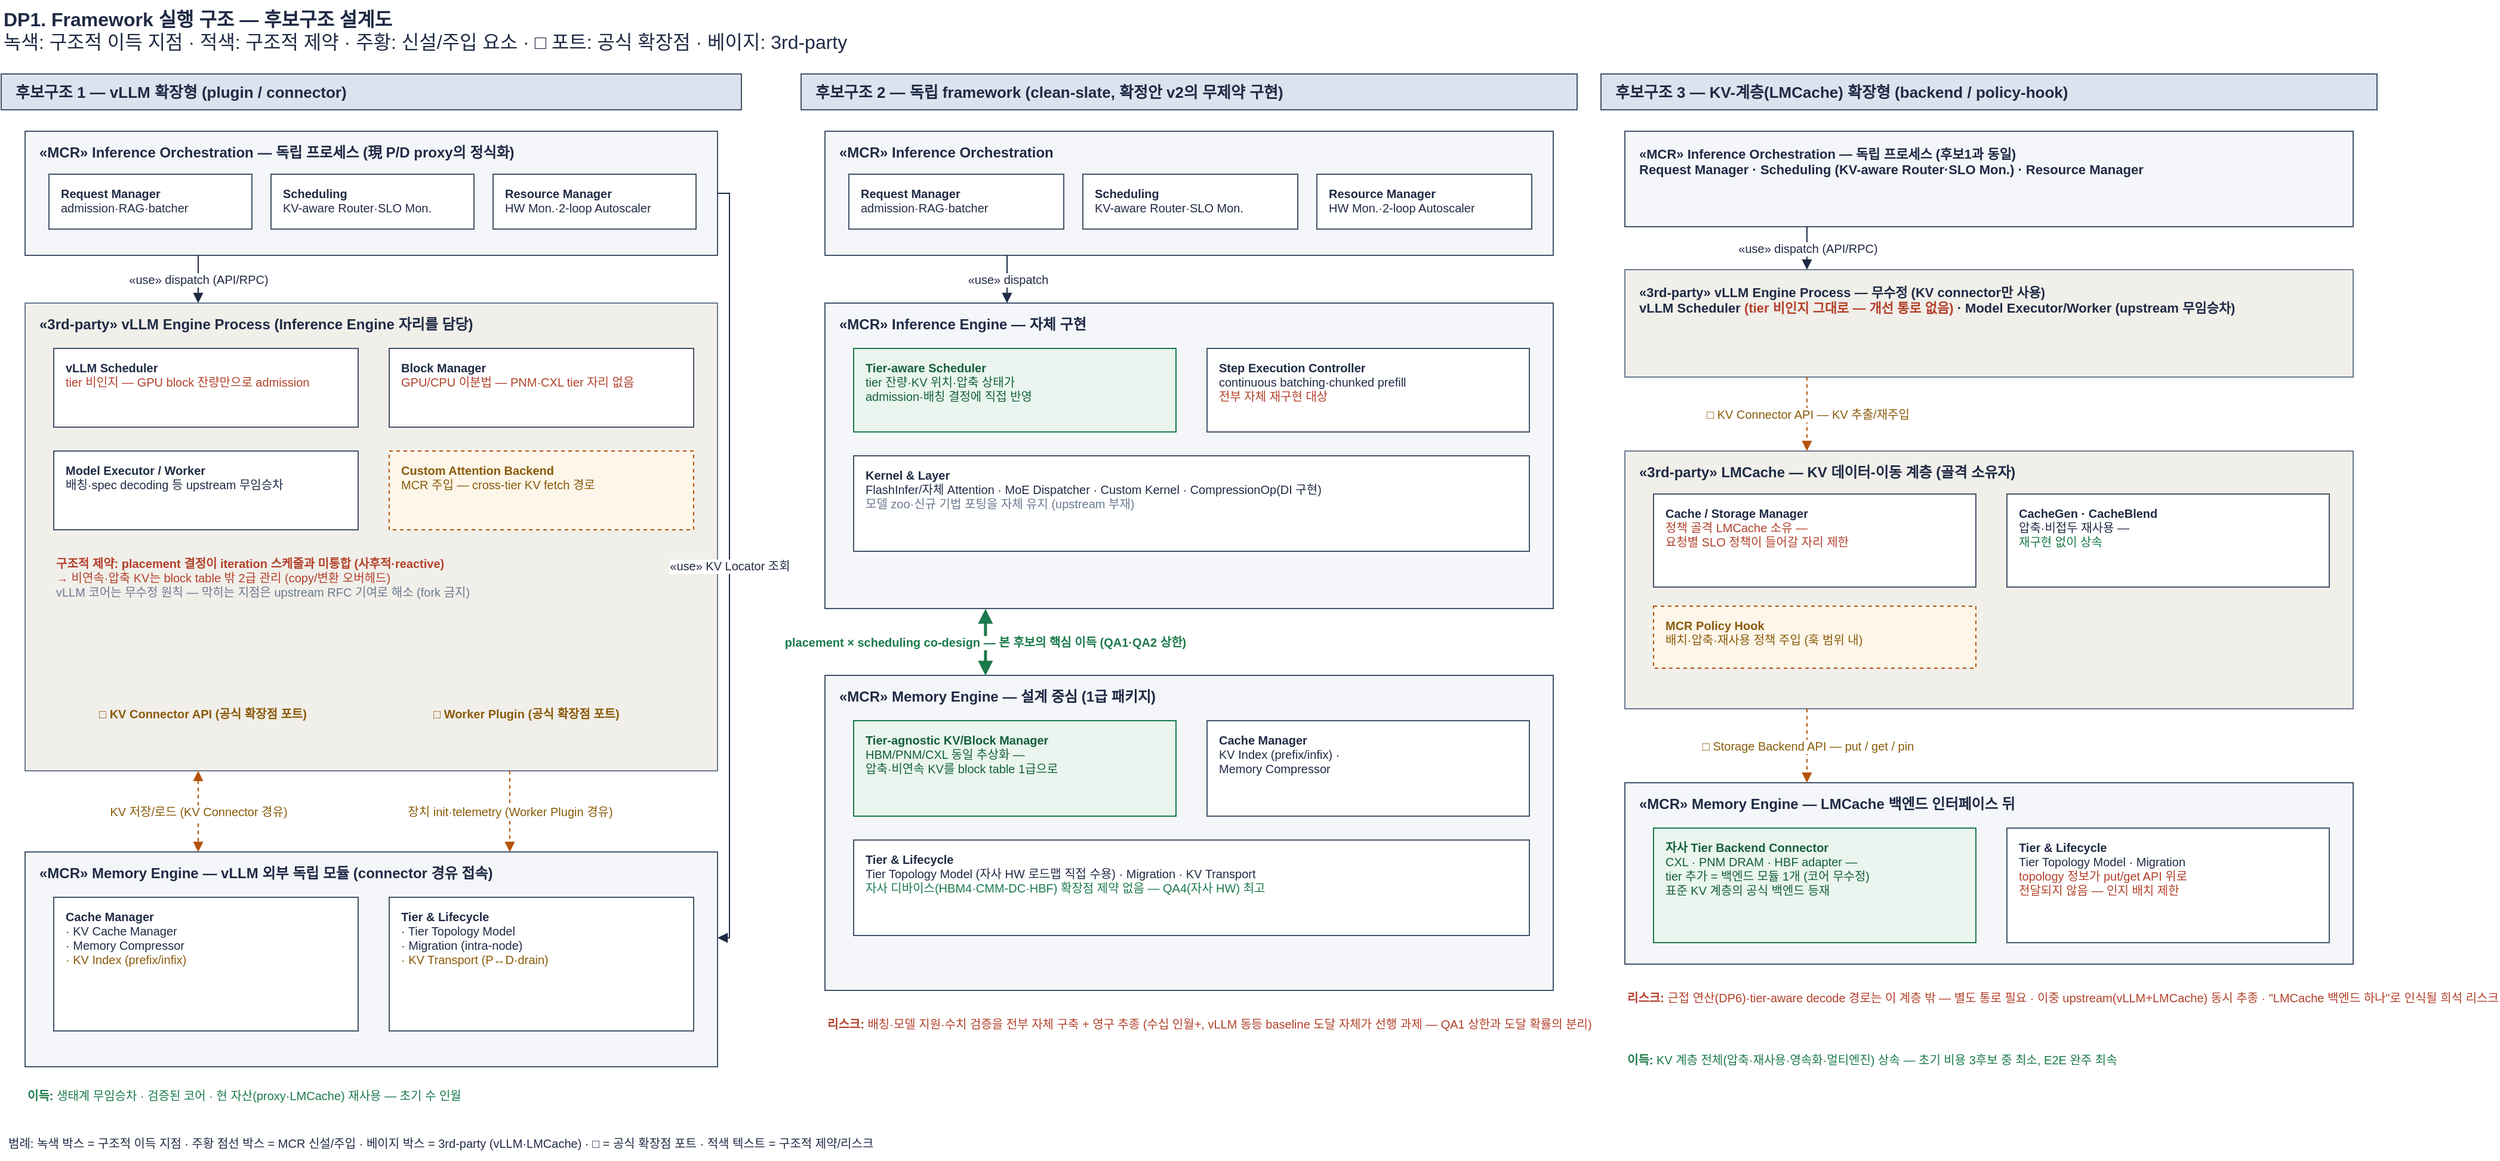
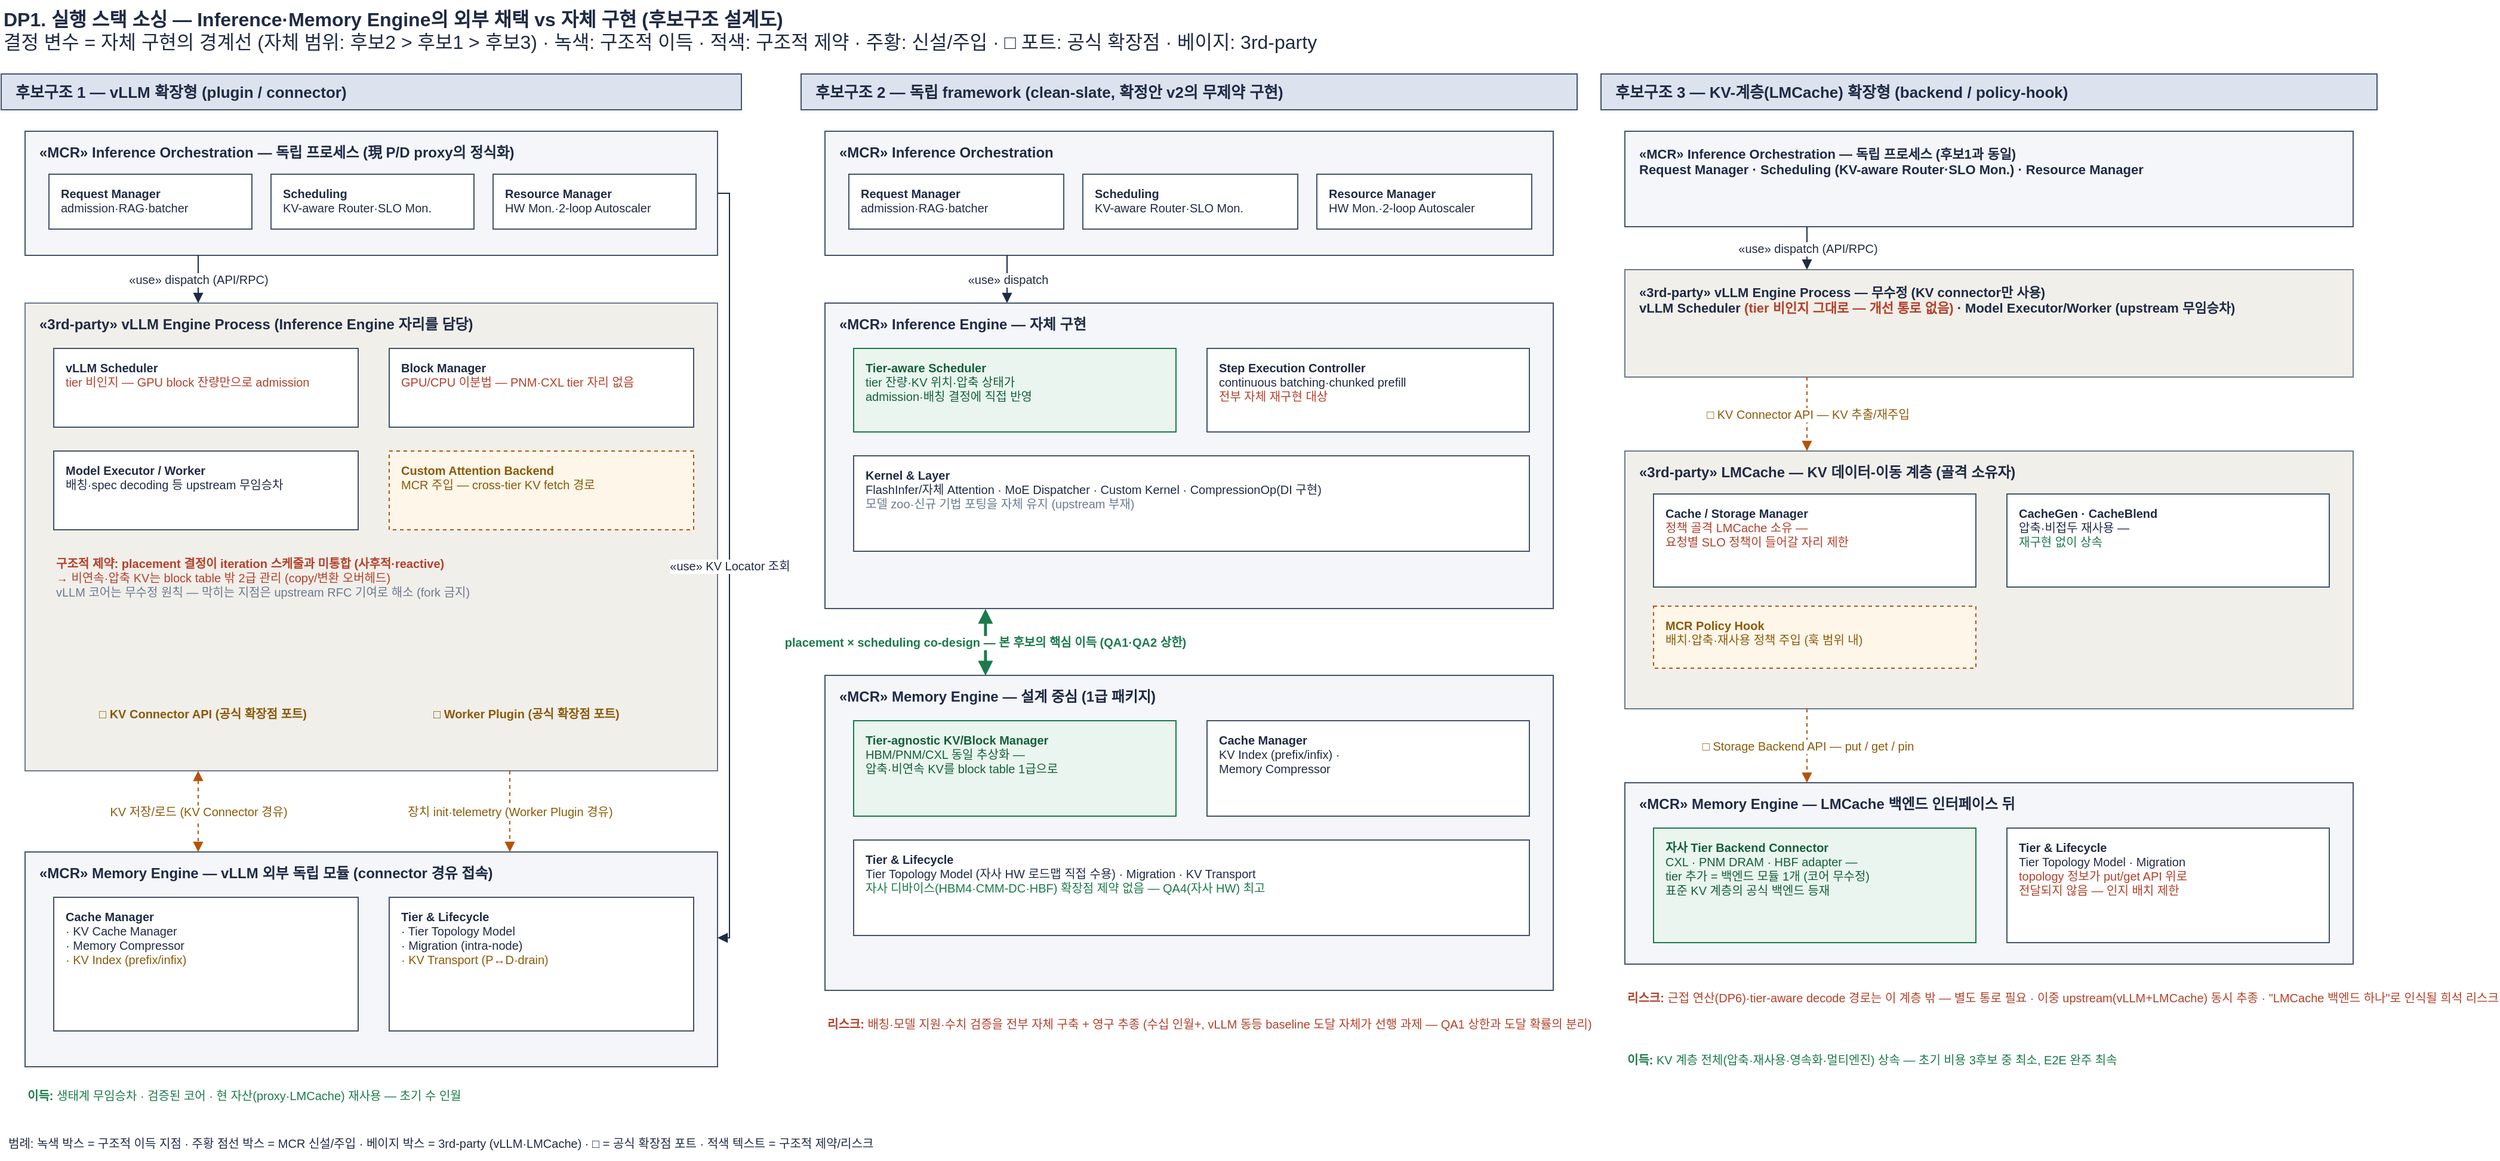
<mxfile host="app.diagrams.net">
  <diagram id="dp1-candidates" name="DP1 후보구조 설계도">
    <mxGraphModel dx="1200" dy="700" grid="1" gridSize="10" guides="1" tooltips="1" connect="1" arrows="1" fold="1" page="1" pageScale="1" pageWidth="2080" pageHeight="1010" math="0" shadow="0">
      <root>
        <mxCell id="0"/>
        <mxCell id="1" parent="0"/>
-         <mxCell id="title" value="&lt;b&gt;DP1. Framework 실행 구조 — 후보구조 설계도&lt;/b&gt;&lt;br&gt;녹색: 구조적 이득 지점 · 적색: 구조적 제약 · 주황: 신설/주입 요소 · □ 포트: 공식 확장점 · 베이지: 3rd-party" style="text;html=1;strokeColor=none;fillColor=none;align=left;verticalAlign=top;fontColor=#1F2A44;fontSize=16;" vertex="1" parent="1">
+         <mxCell id="title" value="&lt;b&gt;DP1. 실행 스택 소싱 — Inference·Memory Engine의 외부 채택 vs 자체 구현 (후보구조 설계도)&lt;/b&gt;&lt;br&gt;결정 변수 = 자체 구현의 경계선 (자체 범위: 후보2 &amp;gt; 후보1 &amp;gt; 후보3) · 녹색: 구조적 이득 · 적색: 구조적 제약 · 주황: 신설/주입 · □ 포트: 공식 확장점 · 베이지: 3rd-party" style="text;html=1;strokeColor=none;fillColor=none;align=left;verticalAlign=top;fontColor=#1F2A44;fontSize=16;" vertex="1" parent="1">
          <mxGeometry x="40" y="14" width="1000" height="50" as="geometry"/>
        </mxCell>

        <mxCell id="h1" value="후보구조 1 — vLLM 확장형 (plugin / connector)" style="rounded=0;whiteSpace=wrap;html=1;fillColor=#DCE3EE;strokeColor=#44546A;fontColor=#1F2A44;fontSize=13;fontStyle=1;align=left;spacingLeft=10;" vertex="1" parent="1">
          <mxGeometry x="40" y="76" width="620" height="30" as="geometry"/>
        </mxCell>
        <mxCell id="c1orch" value="«MCR» Inference Orchestration — 독립 프로세스 (現 P/D proxy의 정식화)" style="rounded=0;whiteSpace=wrap;html=1;fillColor=#F4F6FA;strokeColor=#44546A;fontColor=#1F2A44;fontSize=12;fontStyle=1;verticalAlign=top;align=left;spacingLeft=10;spacingTop=4;" vertex="1" parent="1">
          <mxGeometry x="60" y="124" width="580" height="104" as="geometry"/>
        </mxCell>
        <mxCell id="c1rm" value="&lt;b&gt;Request Manager&lt;/b&gt;&lt;br&gt;admission·RAG·batcher" style="rounded=0;whiteSpace=wrap;html=1;fillColor=#FFFFFF;strokeColor=#44546A;fontColor=#1F2A44;fontSize=10;align=left;verticalAlign=top;spacingLeft=8;spacingTop=4;" vertex="1" parent="1">
          <mxGeometry x="80" y="160" width="170" height="46" as="geometry"/>
        </mxCell>
        <mxCell id="c1sch" value="&lt;b&gt;Scheduling&lt;/b&gt;&lt;br&gt;KV-aware Router·SLO Mon." style="rounded=0;whiteSpace=wrap;html=1;fillColor=#FFFFFF;strokeColor=#44546A;fontColor=#1F2A44;fontSize=10;align=left;verticalAlign=top;spacingLeft=8;spacingTop=4;" vertex="1" parent="1">
          <mxGeometry x="266" y="160" width="170" height="46" as="geometry"/>
        </mxCell>
        <mxCell id="c1res" value="&lt;b&gt;Resource Manager&lt;/b&gt;&lt;br&gt;HW Mon.·2-loop Autoscaler" style="rounded=0;whiteSpace=wrap;html=1;fillColor=#FFFFFF;strokeColor=#44546A;fontColor=#1F2A44;fontSize=10;align=left;verticalAlign=top;spacingLeft=8;spacingTop=4;" vertex="1" parent="1">
          <mxGeometry x="452" y="160" width="170" height="46" as="geometry"/>
        </mxCell>
        <mxCell id="c1vllm" value="«3rd-party» vLLM Engine Process  (Inference Engine 자리를 담당)" style="rounded=0;whiteSpace=wrap;html=1;fillColor=#F1EFEA;strokeColor=#6B7A90;fontColor=#1F2A44;fontSize=12;fontStyle=1;verticalAlign=top;align=left;spacingLeft=10;spacingTop=4;" vertex="1" parent="1">
          <mxGeometry x="60" y="268" width="580" height="392" as="geometry"/>
        </mxCell>
        <mxCell id="c1edgeDisp" value="«use» dispatch (API/RPC)" style="edgeStyle=orthogonalEdgeStyle;rounded=0;html=1;endArrow=block;strokeColor=#1F2A44;fontSize=10;fontColor=#1F2A44;exitX=0.25;exitY=1;exitDx=0;exitDy=0;entryX=0.25;entryY=0;entryDx=0;entryDy=0;" edge="1" parent="1" source="c1orch" target="c1vllm">
          <mxGeometry relative="1" as="geometry"/>
        </mxCell>
        <mxCell id="c1sched" value="&lt;b&gt;vLLM Scheduler&lt;/b&gt;&lt;br&gt;&lt;font color=&quot;#B3402A&quot;&gt;tier 비인지 — GPU block 잔량만으로 admission&lt;/font&gt;" style="rounded=0;whiteSpace=wrap;html=1;fillColor=#FFFFFF;strokeColor=#44546A;fontColor=#1F2A44;fontSize=10;align=left;verticalAlign=top;spacingLeft=8;spacingTop=4;" vertex="1" parent="1">
          <mxGeometry x="84" y="306" width="255" height="66" as="geometry"/>
        </mxCell>
        <mxCell id="c1bm" value="&lt;b&gt;Block Manager&lt;/b&gt;&lt;br&gt;&lt;font color=&quot;#B3402A&quot;&gt;GPU/CPU 이분법 — PNM·CXL tier 자리 없음&lt;/font&gt;" style="rounded=0;whiteSpace=wrap;html=1;fillColor=#FFFFFF;strokeColor=#44546A;fontColor=#1F2A44;fontSize=10;align=left;verticalAlign=top;spacingLeft=8;spacingTop=4;" vertex="1" parent="1">
          <mxGeometry x="365" y="306" width="255" height="66" as="geometry"/>
        </mxCell>
        <mxCell id="c1exec" value="&lt;b&gt;Model Executor / Worker&lt;/b&gt;&lt;br&gt;배칭·spec decoding 등 upstream 무임승차" style="rounded=0;whiteSpace=wrap;html=1;fillColor=#FFFFFF;strokeColor=#44546A;fontColor=#1F2A44;fontSize=10;align=left;verticalAlign=top;spacingLeft=8;spacingTop=4;" vertex="1" parent="1">
          <mxGeometry x="84" y="392" width="255" height="66" as="geometry"/>
        </mxCell>
        <mxCell id="c1cab" value="&lt;b&gt;Custom Attention Backend&lt;/b&gt;&lt;br&gt;MCR 주입 — cross-tier KV fetch 경로" style="rounded=0;whiteSpace=wrap;html=1;fillColor=#FDF6E9;strokeColor=#B45309;dashed=1;fontColor=#8A5A08;fontSize=10;align=left;verticalAlign=top;spacingLeft=8;spacingTop=4;" vertex="1" parent="1">
          <mxGeometry x="365" y="392" width="255" height="66" as="geometry"/>
        </mxCell>
        <mxCell id="c1constraint" value="&lt;font color=&quot;#B3402A&quot;&gt;&lt;b&gt;구조적 제약: placement 결정이 iteration 스케줄과 미통합 (사후적·reactive)&lt;/b&gt;&lt;br&gt;→ 비연속·압축 KV는 block table 밖 2급 관리 (copy/변환 오버헤드)&lt;/font&gt;&lt;br&gt;&lt;font color=&quot;#6B7A90&quot;&gt;vLLM 코어는 무수정 원칙 — 막히는 지점은 upstream RFC 기여로 해소 (fork 금지)&lt;/font&gt;" style="text;html=1;strokeColor=none;fillColor=none;align=left;verticalAlign=top;fontSize=10;" vertex="1" parent="1">
          <mxGeometry x="84" y="474" width="536" height="90" as="geometry"/>
        </mxCell>
        <mxCell id="c1port1" value="□ KV Connector API (공식 확장점 포트)" style="text;html=1;strokeColor=none;fillColor=none;align=left;verticalAlign=top;fontColor=#8A5A08;fontSize=10;fontStyle=1;" vertex="1" parent="1">
          <mxGeometry x="120" y="600" width="220" height="20" as="geometry"/>
        </mxCell>
        <mxCell id="c1port2" value="□ Worker Plugin (공식 확장점 포트)" style="text;html=1;strokeColor=none;fillColor=none;align=left;verticalAlign=top;fontColor=#8A5A08;fontSize=10;fontStyle=1;" vertex="1" parent="1">
          <mxGeometry x="400" y="600" width="220" height="20" as="geometry"/>
        </mxCell>
        <mxCell id="c1me" value="«MCR» Memory Engine — vLLM 외부 독립 모듈 (connector 경유 접속)" style="rounded=0;whiteSpace=wrap;html=1;fillColor=#F4F6FA;strokeColor=#44546A;fontColor=#1F2A44;fontSize=12;fontStyle=1;verticalAlign=top;align=left;spacingLeft=10;spacingTop=4;" vertex="1" parent="1">
          <mxGeometry x="60" y="728" width="580" height="180" as="geometry"/>
        </mxCell>
        <mxCell id="c1edgeKv" value="KV 저장/로드 (KV Connector 경유)" style="edgeStyle=orthogonalEdgeStyle;rounded=0;html=1;endArrow=block;startArrow=block;strokeColor=#B45309;dashed=1;fontSize=10;fontColor=#8A5A08;exitX=0.25;exitY=1;exitDx=0;exitDy=0;entryX=0.25;entryY=0;entryDx=0;entryDy=0;" edge="1" parent="1" source="c1vllm" target="c1me">
          <mxGeometry relative="1" as="geometry"/>
        </mxCell>
        <mxCell id="c1edgePl" value="장치 init·telemetry (Worker Plugin 경유)" style="edgeStyle=orthogonalEdgeStyle;rounded=0;html=1;endArrow=block;strokeColor=#B45309;dashed=1;fontSize=10;fontColor=#8A5A08;exitX=0.7;exitY=1;exitDx=0;exitDy=0;entryX=0.7;entryY=0;entryDx=0;entryDy=0;" edge="1" parent="1" source="c1vllm" target="c1me">
          <mxGeometry relative="1" as="geometry"/>
        </mxCell>
        <mxCell id="c1edgeLoc" value="«use» KV Locator 조회" style="edgeStyle=orthogonalEdgeStyle;rounded=0;html=1;endArrow=block;strokeColor=#1F2A44;fontSize=10;fontColor=#1F2A44;exitX=1;exitY=0.5;exitDx=0;exitDy=0;entryX=1;entryY=0.4;entryDx=0;entryDy=0;" edge="1" parent="1" source="c1orch" target="c1me">
          <mxGeometry relative="1" as="geometry"/>
        </mxCell>
        <mxCell id="c1cm" value="&lt;b&gt;Cache Manager&lt;/b&gt;&lt;br&gt;· KV Cache Manager&lt;br&gt;· Memory Compressor&lt;br&gt;&lt;font color=&quot;#8A5A08&quot;&gt;· KV Index (prefix/infix)&lt;/font&gt;" style="rounded=0;whiteSpace=wrap;html=1;fillColor=#FFFFFF;strokeColor=#44546A;fontColor=#1F2A44;fontSize=10;align=left;verticalAlign=top;spacingLeft=8;spacingTop=4;" vertex="1" parent="1">
          <mxGeometry x="84" y="766" width="255" height="112" as="geometry"/>
        </mxCell>
        <mxCell id="c1tl" value="&lt;b&gt;Tier &amp;amp; Lifecycle&lt;/b&gt;&lt;br&gt;· Tier Topology Model&lt;br&gt;· Migration (intra-node)&lt;br&gt;&lt;font color=&quot;#8A5A08&quot;&gt;· KV Transport (P↔D·drain)&lt;/font&gt;" style="rounded=0;whiteSpace=wrap;html=1;fillColor=#FFFFFF;strokeColor=#44546A;fontColor=#1F2A44;fontSize=10;align=left;verticalAlign=top;spacingLeft=8;spacingTop=4;" vertex="1" parent="1">
          <mxGeometry x="365" y="766" width="255" height="112" as="geometry"/>
        </mxCell>
        <mxCell id="c1gain" value="&lt;b&gt;이득:&lt;/b&gt; 생태계 무임승차 · 검증된 코어 · 현 자산(proxy·LMCache) 재사용 — 초기 수 인월" style="text;html=1;strokeColor=none;fillColor=none;align=left;verticalAlign=top;fontColor=#1B7A4B;fontSize=10;" vertex="1" parent="1">
          <mxGeometry x="60" y="920" width="580" height="26" as="geometry"/>
        </mxCell>

        <mxCell id="h2" value="후보구조 2 — 독립 framework (clean-slate, 확정안 v2의 무제약 구현)" style="rounded=0;whiteSpace=wrap;html=1;fillColor=#DCE3EE;strokeColor=#44546A;fontColor=#1F2A44;fontSize=13;fontStyle=1;align=left;spacingLeft=10;" vertex="1" parent="1">
          <mxGeometry x="710" y="76" width="650" height="30" as="geometry"/>
        </mxCell>
        <mxCell id="c2orch" value="«MCR» Inference Orchestration" style="rounded=0;whiteSpace=wrap;html=1;fillColor=#F4F6FA;strokeColor=#44546A;fontColor=#1F2A44;fontSize=12;fontStyle=1;verticalAlign=top;align=left;spacingLeft=10;spacingTop=4;" vertex="1" parent="1">
          <mxGeometry x="730" y="124" width="610" height="104" as="geometry"/>
        </mxCell>
        <mxCell id="c2rm" value="&lt;b&gt;Request Manager&lt;/b&gt;&lt;br&gt;admission·RAG·batcher" style="rounded=0;whiteSpace=wrap;html=1;fillColor=#FFFFFF;strokeColor=#44546A;fontColor=#1F2A44;fontSize=10;align=left;verticalAlign=top;spacingLeft=8;spacingTop=4;" vertex="1" parent="1">
          <mxGeometry x="750" y="160" width="180" height="46" as="geometry"/>
        </mxCell>
        <mxCell id="c2sch" value="&lt;b&gt;Scheduling&lt;/b&gt;&lt;br&gt;KV-aware Router·SLO Mon." style="rounded=0;whiteSpace=wrap;html=1;fillColor=#FFFFFF;strokeColor=#44546A;fontColor=#1F2A44;fontSize=10;align=left;verticalAlign=top;spacingLeft=8;spacingTop=4;" vertex="1" parent="1">
          <mxGeometry x="946" y="160" width="180" height="46" as="geometry"/>
        </mxCell>
        <mxCell id="c2res" value="&lt;b&gt;Resource Manager&lt;/b&gt;&lt;br&gt;HW Mon.·2-loop Autoscaler" style="rounded=0;whiteSpace=wrap;html=1;fillColor=#FFFFFF;strokeColor=#44546A;fontColor=#1F2A44;fontSize=10;align=left;verticalAlign=top;spacingLeft=8;spacingTop=4;" vertex="1" parent="1">
          <mxGeometry x="1142" y="160" width="180" height="46" as="geometry"/>
        </mxCell>
        <mxCell id="c2ie" value="«MCR» Inference Engine — 자체 구현" style="rounded=0;whiteSpace=wrap;html=1;fillColor=#F4F6FA;strokeColor=#44546A;fontColor=#1F2A44;fontSize=12;fontStyle=1;verticalAlign=top;align=left;spacingLeft=10;spacingTop=4;" vertex="1" parent="1">
          <mxGeometry x="730" y="268" width="610" height="256" as="geometry"/>
        </mxCell>
        <mxCell id="c2edgeDisp" value="«use» dispatch" style="edgeStyle=orthogonalEdgeStyle;rounded=0;html=1;endArrow=block;strokeColor=#1F2A44;fontSize=10;fontColor=#1F2A44;exitX=0.25;exitY=1;exitDx=0;exitDy=0;entryX=0.25;entryY=0;entryDx=0;entryDy=0;" edge="1" parent="1" source="c2orch" target="c2ie">
          <mxGeometry relative="1" as="geometry"/>
        </mxCell>
        <mxCell id="c2tas" value="&lt;b&gt;Tier-aware Scheduler&lt;/b&gt;&lt;br&gt;tier 잔량·KV 위치·압축 상태가&lt;br&gt;admission·배칭 결정에 직접 반영" style="rounded=0;whiteSpace=wrap;html=1;fillColor=#E9F5EE;strokeColor=#1B7A4B;fontColor=#155F3B;fontSize=10;align=left;verticalAlign=top;spacingLeft=8;spacingTop=4;" vertex="1" parent="1">
          <mxGeometry x="754" y="306" width="270" height="70" as="geometry"/>
        </mxCell>
        <mxCell id="c2sec" value="&lt;b&gt;Step Execution Controller&lt;/b&gt;&lt;br&gt;continuous batching·chunked prefill&lt;br&gt;&lt;font color=&quot;#B3402A&quot;&gt;전부 자체 재구현 대상&lt;/font&gt;" style="rounded=0;whiteSpace=wrap;html=1;fillColor=#FFFFFF;strokeColor=#44546A;fontColor=#1F2A44;fontSize=10;align=left;verticalAlign=top;spacingLeft=8;spacingTop=4;" vertex="1" parent="1">
          <mxGeometry x="1050" y="306" width="270" height="70" as="geometry"/>
        </mxCell>
        <mxCell id="c2kl" value="&lt;b&gt;Kernel &amp;amp; Layer&lt;/b&gt;&lt;br&gt;FlashInfer/자체 Attention · MoE Dispatcher · Custom Kernel · CompressionOp(DI 구현)&lt;br&gt;&lt;font color=&quot;#6B7A90&quot;&gt;모델 zoo·신규 기법 포팅을 자체 유지 (upstream 부재)&lt;/font&gt;" style="rounded=0;whiteSpace=wrap;html=1;fillColor=#FFFFFF;strokeColor=#44546A;fontColor=#1F2A44;fontSize=10;align=left;verticalAlign=top;spacingLeft=8;spacingTop=4;" vertex="1" parent="1">
          <mxGeometry x="754" y="396" width="566" height="80" as="geometry"/>
        </mxCell>
        <mxCell id="c2me" value="«MCR» Memory Engine — 설계 중심 (1급 패키지)" style="rounded=0;whiteSpace=wrap;html=1;fillColor=#F4F6FA;strokeColor=#44546A;fontColor=#1F2A44;fontSize=12;fontStyle=1;verticalAlign=top;align=left;spacingLeft=10;spacingTop=4;" vertex="1" parent="1">
          <mxGeometry x="730" y="580" width="610" height="264" as="geometry"/>
        </mxCell>
        <mxCell id="c2edgeCo" value="placement × scheduling co-design — 본 후보의 핵심 이득 (QA1·QA2 상한)" style="edgeStyle=orthogonalEdgeStyle;rounded=0;html=1;endArrow=block;startArrow=block;strokeColor=#1B7A4B;strokeWidth=2.5;fontSize=10;fontColor=#1B7A4B;fontStyle=1;exitX=0.22;exitY=1;exitDx=0;exitDy=0;entryX=0.22;entryY=0;entryDx=0;entryDy=0;" edge="1" parent="1" source="c2ie" target="c2me">
          <mxGeometry relative="1" as="geometry"/>
        </mxCell>
        <mxCell id="c2kbm" value="&lt;b&gt;Tier-agnostic KV/Block Manager&lt;/b&gt;&lt;br&gt;HBM/PNM/CXL 동일 추상화 —&lt;br&gt;압축·비연속 KV를 block table 1급으로" style="rounded=0;whiteSpace=wrap;html=1;fillColor=#E9F5EE;strokeColor=#1B7A4B;fontColor=#155F3B;fontSize=10;align=left;verticalAlign=top;spacingLeft=8;spacingTop=4;" vertex="1" parent="1">
          <mxGeometry x="754" y="618" width="270" height="80" as="geometry"/>
        </mxCell>
        <mxCell id="c2cm" value="&lt;b&gt;Cache Manager&lt;/b&gt;&lt;br&gt;KV Index (prefix/infix) ·&lt;br&gt;Memory Compressor" style="rounded=0;whiteSpace=wrap;html=1;fillColor=#FFFFFF;strokeColor=#44546A;fontColor=#1F2A44;fontSize=10;align=left;verticalAlign=top;spacingLeft=8;spacingTop=4;" vertex="1" parent="1">
          <mxGeometry x="1050" y="618" width="270" height="80" as="geometry"/>
        </mxCell>
        <mxCell id="c2tl" value="&lt;b&gt;Tier &amp;amp; Lifecycle&lt;/b&gt;&lt;br&gt;Tier Topology Model (자사 HW 로드맵 직접 수용) · Migration · KV Transport&lt;br&gt;&lt;font color=&quot;#1B7A4B&quot;&gt;자사 디바이스(HBM4·CMM-DC·HBF) 확장점 제약 없음 — QA4(자사 HW) 최고&lt;/font&gt;" style="rounded=0;whiteSpace=wrap;html=1;fillColor=#FFFFFF;strokeColor=#44546A;fontColor=#1F2A44;fontSize=10;align=left;verticalAlign=top;spacingLeft=8;spacingTop=4;" vertex="1" parent="1">
          <mxGeometry x="754" y="718" width="566" height="80" as="geometry"/>
        </mxCell>
        <mxCell id="c2risk" value="&lt;b&gt;리스크:&lt;/b&gt; 배칭·모델 지원·수치 검증을 전부 자체 구축 + 영구 추종 (수십 인월+, vLLM 동등 baseline 도달 자체가 선행 과제 — QA1 상한과 도달 확률의 분리)" style="text;html=1;strokeColor=none;fillColor=none;align=left;verticalAlign=top;fontColor=#B3402A;fontSize=10;" vertex="1" parent="1">
          <mxGeometry x="730" y="860" width="610" height="46" as="geometry"/>
        </mxCell>

        <mxCell id="h3" value="후보구조 3 — KV-계층(LMCache) 확장형 (backend / policy-hook)" style="rounded=0;whiteSpace=wrap;html=1;fillColor=#DCE3EE;strokeColor=#44546A;fontColor=#1F2A44;fontSize=13;fontStyle=1;align=left;spacingLeft=10;" vertex="1" parent="1">
          <mxGeometry x="1380" y="76" width="650" height="30" as="geometry"/>
        </mxCell>
        <mxCell id="c3orch" value="«MCR» Inference Orchestration — 독립 프로세스 (후보1과 동일)&lt;br&gt;Request Manager · Scheduling (KV-aware Router·SLO Mon.) · Resource Manager" style="rounded=0;whiteSpace=wrap;html=1;fillColor=#F4F6FA;strokeColor=#44546A;fontColor=#1F2A44;fontSize=11;fontStyle=1;verticalAlign=top;align=left;spacingLeft=10;spacingTop=6;" vertex="1" parent="1">
          <mxGeometry x="1400" y="124" width="610" height="80" as="geometry"/>
        </mxCell>
        <mxCell id="c3vllm" value="«3rd-party» vLLM Engine Process — 무수정 (KV connector만 사용)&lt;br&gt;vLLM Scheduler &lt;font color=&quot;#B3402A&quot;&gt;(tier 비인지 그대로 — 개선 통로 없음)&lt;/font&gt; · Model Executor/Worker (upstream 무임승차)" style="rounded=0;whiteSpace=wrap;html=1;fillColor=#F1EFEA;strokeColor=#6B7A90;fontColor=#1F2A44;fontSize=11;fontStyle=1;verticalAlign=top;align=left;spacingLeft=10;spacingTop=6;" vertex="1" parent="1">
          <mxGeometry x="1400" y="240" width="610" height="90" as="geometry"/>
        </mxCell>
        <mxCell id="c3edgeDisp" value="«use» dispatch (API/RPC)" style="edgeStyle=orthogonalEdgeStyle;rounded=0;html=1;endArrow=block;strokeColor=#1F2A44;fontSize=10;fontColor=#1F2A44;exitX=0.25;exitY=1;exitDx=0;exitDy=0;entryX=0.25;entryY=0;entryDx=0;entryDy=0;" edge="1" parent="1" source="c3orch" target="c3vllm">
          <mxGeometry relative="1" as="geometry"/>
        </mxCell>
        <mxCell id="c3lmc" value="«3rd-party» LMCache — KV 데이터-이동 계층 (골격 소유자)" style="rounded=0;whiteSpace=wrap;html=1;fillColor=#F1EFEA;strokeColor=#6B7A90;fontColor=#1F2A44;fontSize=12;fontStyle=1;verticalAlign=top;align=left;spacingLeft=10;spacingTop=4;" vertex="1" parent="1">
          <mxGeometry x="1400" y="392" width="610" height="216" as="geometry"/>
        </mxCell>
        <mxCell id="c3edgeConn" value="□ KV Connector API — KV 추출/재주입" style="edgeStyle=orthogonalEdgeStyle;rounded=0;html=1;endArrow=block;strokeColor=#B45309;dashed=1;fontSize=10;fontColor=#8A5A08;exitX=0.25;exitY=1;exitDx=0;exitDy=0;entryX=0.25;entryY=0;entryDx=0;entryDy=0;" edge="1" parent="1" source="c3vllm" target="c3lmc">
          <mxGeometry relative="1" as="geometry"/>
        </mxCell>
        <mxCell id="c3csm" value="&lt;b&gt;Cache / Storage Manager&lt;/b&gt;&lt;br&gt;&lt;font color=&quot;#B3402A&quot;&gt;정책 골격 LMCache 소유 —&lt;br&gt;요청별 SLO 정책이 들어갈 자리 제한&lt;/font&gt;" style="rounded=0;whiteSpace=wrap;html=1;fillColor=#FFFFFF;strokeColor=#44546A;fontColor=#1F2A44;fontSize=10;align=left;verticalAlign=top;spacingLeft=8;spacingTop=4;" vertex="1" parent="1">
          <mxGeometry x="1424" y="428" width="270" height="78" as="geometry"/>
        </mxCell>
        <mxCell id="c3cgcb" value="&lt;b&gt;CacheGen · CacheBlend&lt;/b&gt;&lt;br&gt;압축·비접두 재사용 —&lt;br&gt;&lt;font color=&quot;#1B7A4B&quot;&gt;재구현 없이 상속&lt;/font&gt;" style="rounded=0;whiteSpace=wrap;html=1;fillColor=#FFFFFF;strokeColor=#44546A;fontColor=#1F2A44;fontSize=10;align=left;verticalAlign=top;spacingLeft=8;spacingTop=4;" vertex="1" parent="1">
          <mxGeometry x="1720" y="428" width="270" height="78" as="geometry"/>
        </mxCell>
        <mxCell id="c3hook" value="&lt;b&gt;MCR Policy Hook&lt;/b&gt;&lt;br&gt;배치·압축·재사용 정책 주입 (훅 범위 내)" style="rounded=0;whiteSpace=wrap;html=1;fillColor=#FDF6E9;strokeColor=#B45309;dashed=1;fontColor=#8A5A08;fontSize=10;align=left;verticalAlign=top;spacingLeft=8;spacingTop=4;" vertex="1" parent="1">
          <mxGeometry x="1424" y="522" width="270" height="52" as="geometry"/>
        </mxCell>
        <mxCell id="c3me" value="«MCR» Memory Engine — LMCache 백엔드 인터페이스 뒤" style="rounded=0;whiteSpace=wrap;html=1;fillColor=#F4F6FA;strokeColor=#44546A;fontColor=#1F2A44;fontSize=12;fontStyle=1;verticalAlign=top;align=left;spacingLeft=10;spacingTop=4;" vertex="1" parent="1">
          <mxGeometry x="1400" y="670" width="610" height="152" as="geometry"/>
        </mxCell>
        <mxCell id="c3edgeBk" value="□ Storage Backend API — put / get / pin" style="edgeStyle=orthogonalEdgeStyle;rounded=0;html=1;endArrow=block;strokeColor=#B45309;dashed=1;fontSize=10;fontColor=#8A5A08;exitX=0.25;exitY=1;exitDx=0;exitDy=0;entryX=0.25;entryY=0;entryDx=0;entryDy=0;" edge="1" parent="1" source="c3lmc" target="c3me">
          <mxGeometry relative="1" as="geometry"/>
        </mxCell>
        <mxCell id="c3conn" value="&lt;b&gt;자사 Tier Backend Connector&lt;/b&gt;&lt;br&gt;CXL · PNM DRAM · HBF adapter —&lt;br&gt;tier 추가 = 백엔드 모듈 1개 (코어 무수정)&lt;br&gt;표준 KV 계층의 공식 백엔드 등재" style="rounded=0;whiteSpace=wrap;html=1;fillColor=#E9F5EE;strokeColor=#1B7A4B;fontColor=#155F3B;fontSize=10;align=left;verticalAlign=top;spacingLeft=8;spacingTop=4;" vertex="1" parent="1">
          <mxGeometry x="1424" y="708" width="270" height="96" as="geometry"/>
        </mxCell>
        <mxCell id="c3tl" value="&lt;b&gt;Tier &amp;amp; Lifecycle&lt;/b&gt;&lt;br&gt;Tier Topology Model · Migration&lt;br&gt;&lt;font color=&quot;#B3402A&quot;&gt;topology 정보가 put/get API 위로&lt;br&gt;전달되지 않음 — 인지 배치 제한&lt;/font&gt;" style="rounded=0;whiteSpace=wrap;html=1;fillColor=#FFFFFF;strokeColor=#44546A;fontColor=#1F2A44;fontSize=10;align=left;verticalAlign=top;spacingLeft=8;spacingTop=4;" vertex="1" parent="1">
          <mxGeometry x="1720" y="708" width="270" height="96" as="geometry"/>
        </mxCell>
        <mxCell id="c3risk" value="&lt;b&gt;리스크:&lt;/b&gt; 근접 연산(DP6)·tier-aware decode 경로는 이 계층 밖 — 별도 통로 필요 · 이중 upstream(vLLM+LMCache) 동시 추종 · &quot;LMCache 백엔드 하나&quot;로 인식될 희석 리스크" style="text;html=1;strokeColor=none;fillColor=none;align=left;verticalAlign=top;fontColor=#B3402A;fontSize=10;" vertex="1" parent="1">
          <mxGeometry x="1400" y="838" width="610" height="46" as="geometry"/>
        </mxCell>
        <mxCell id="c3gain" value="&lt;b&gt;이득:&lt;/b&gt; KV 계층 전체(압축·재사용·영속화·멀티엔진) 상속 — 초기 비용 3후보 중 최소, E2E 완주 최속" style="text;html=1;strokeColor=none;fillColor=none;align=left;verticalAlign=top;fontColor=#1B7A4B;fontSize=10;" vertex="1" parent="1">
          <mxGeometry x="1400" y="890" width="610" height="30" as="geometry"/>
        </mxCell>

        <mxCell id="legend" value="범례:  녹색 박스 = 구조적 이득 지점 · 주황 점선 박스 = MCR 신설/주입 · 베이지 박스 = 3rd-party (vLLM·LMCache) · □ = 공식 확장점 포트 · 적색 텍스트 = 구조적 제약/리스크" style="text;html=1;strokeColor=none;fillColor=none;align=left;verticalAlign=top;fontColor=#1F2A44;fontSize=10;" vertex="1" parent="1">
          <mxGeometry x="44" y="960" width="1200" height="26" as="geometry"/>
        </mxCell>
      </root>
    </mxGraphModel>
  </diagram>
</mxfile>
